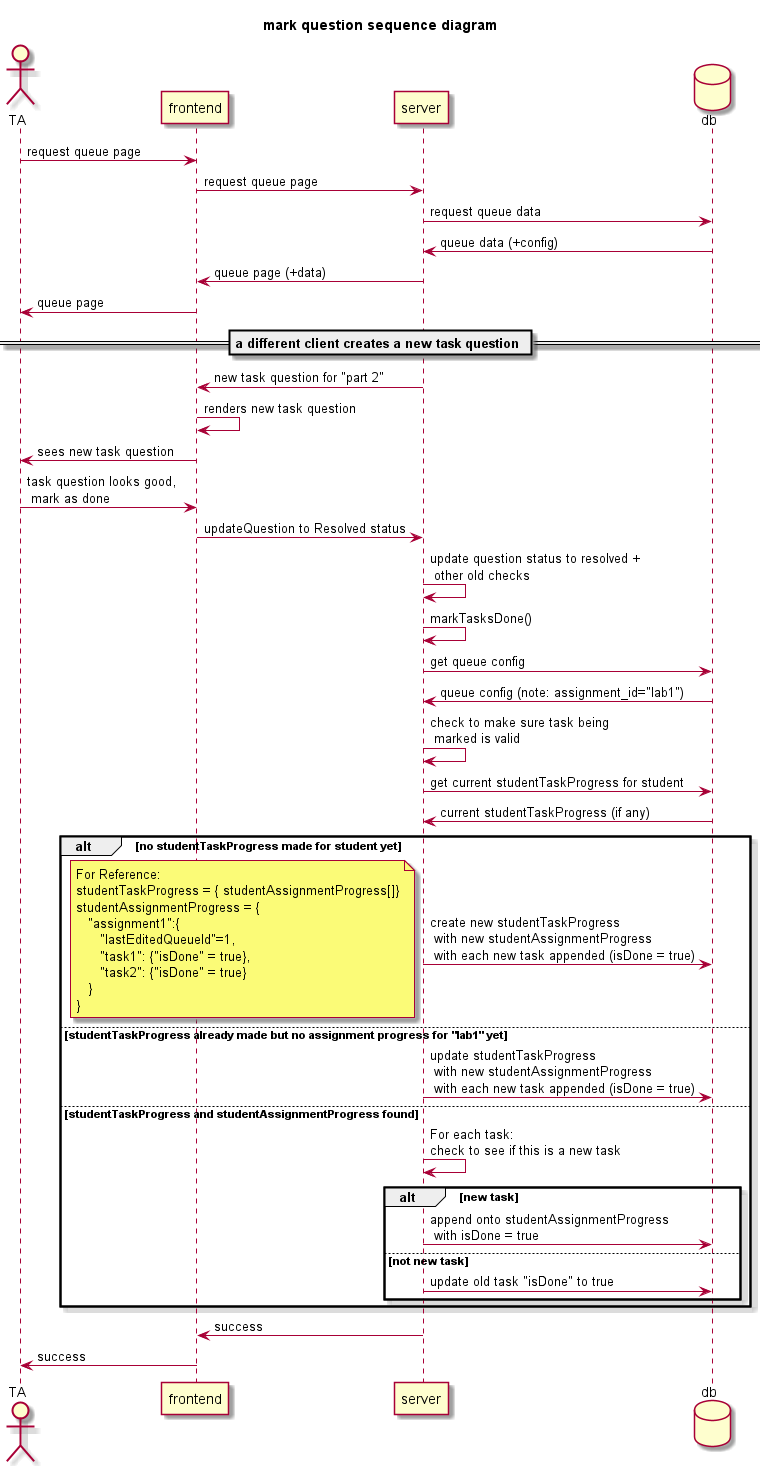
This is docs/diagrams/demos_sequence_mark_task_question.png from ubco-db/helpme, a PlantUML export, as it was before one commit. The source it was exported from:
```plantuml
@startuml
skin rose

title "mark question sequence diagram"

actor User as "TA"
participant frontend
participant server
database db

User -> frontend : request queue page
frontend -> server : request queue page
server -> db : request queue data
server <- db : queue data (+config)
frontend <- server : queue page (+data)
User <- frontend : queue page

== a different client creates a new task question ==

frontend <- server : new task question for "part 2"
frontend -> frontend : renders new task question
User <- frontend : sees new task question


User -> frontend : task question looks good, \n mark as done
frontend -> server : updateQuestion to Resolved status
server -> server : update question status to resolved + \n other old checks
server -> server : markTasksDone()
server -> db : get queue config
server <- db : queue config (note: assignment_id="lab1")
server -> server : check to make sure task being \n marked is valid
server -> db : get current studentTaskProgress for student
server <- db : current studentTaskProgress (if any)
alt no studentTaskProgress made for student yet
    server -> db : create new studentTaskProgress \n with new studentAssignmentProgress \n with each new task appended (isDone = true)
    note left : For Reference:\nstudentTaskProgress = { studentAssignmentProgress[]}\nstudentAssignmentProgress = {\n   "assignment1":{\n      "lastEditedQueueId"=1,\n      "task1": {"isDone" = true},\n      "task2": {"isDone" = true}\n   }\n}
else studentTaskProgress already made but no assignment progress for "lab1" yet
    server -> db : update studentTaskProgress \n with new studentAssignmentProgress \n with each new task appended (isDone = true)
else studentTaskProgress and studentAssignmentProgress found
    server -> server : For each task: \ncheck to see if this is a new task
    alt new task
        server -> db : append onto studentAssignmentProgress\n with isDone = true
    else not new task
        server -> db : update old task "isDone" to true
    end
end
frontend <- server : success
User <- frontend : success
@enduml
```
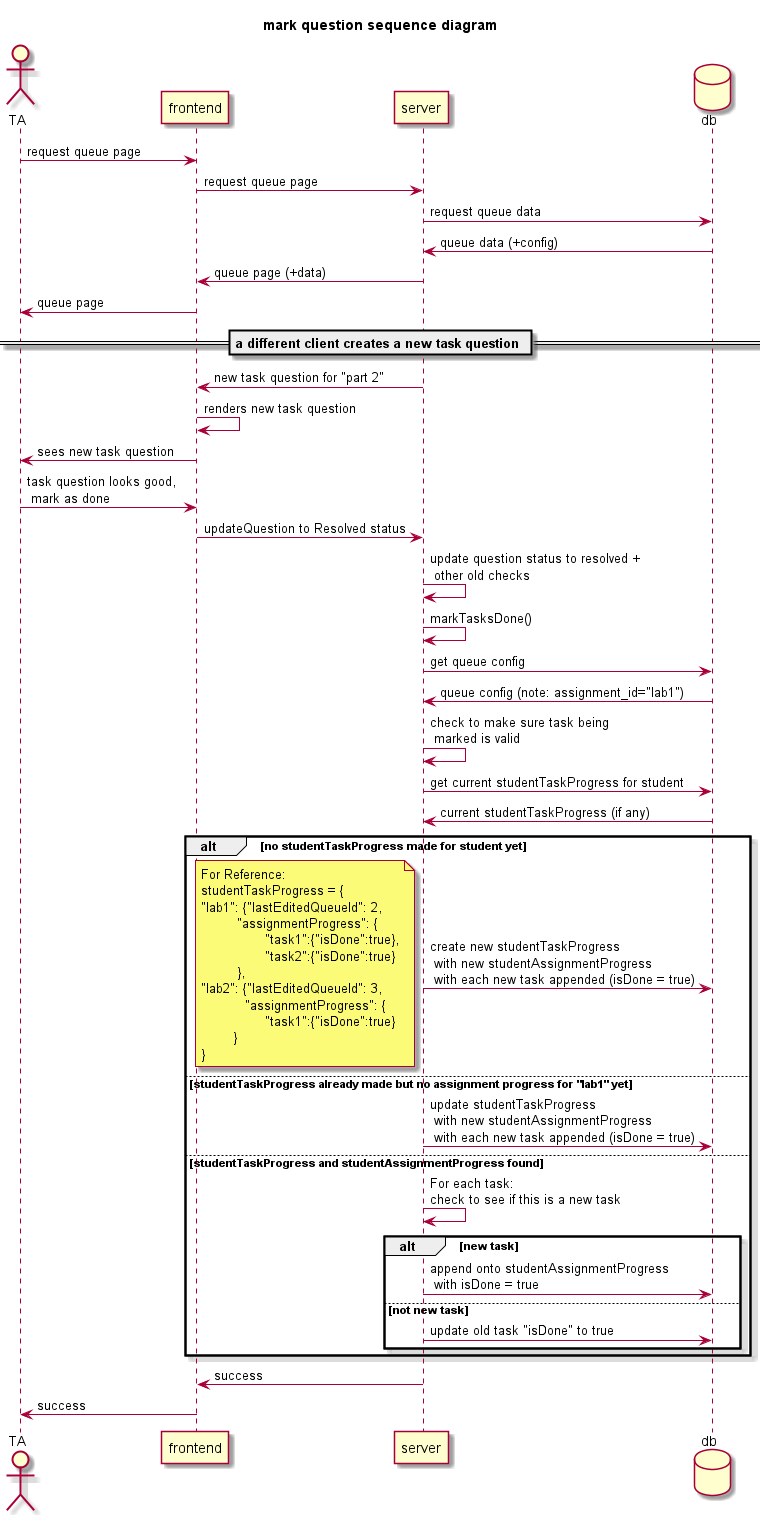
After the commit.

Diff of the diagram source:
```diff
@@ -33,7 +33,7 @@
 server <- db : current studentTaskProgress (if any)
 alt no studentTaskProgress made for student yet
     server -> db : create new studentTaskProgress \n with new studentAssignmentProgress \n with each new task appended (isDone = true)
-    note left : For Reference:\nstudentTaskProgress = { studentAssignmentProgress[]}\nstudentAssignmentProgress = {\n   "assignment1":{\n      "lastEditedQueueId"=1,\n      "task1": {"isDone" = true},\n      "task2": {"isDone" = true}\n   }\n}
+    note left : For Reference:\nstudentTaskProgress = {\n"lab1": {"lastEditedQueueId": 2,\n\t "assignmentProgress": {\n\t\t"task1":{"isDone":true},\n\t\t"task2":{"isDone":true}\n\t }, \n"lab2": {"lastEditedQueueId": 3,\n\t   "assignmentProgress": {\n\t\t"task1":{"isDone":true}\n\t}\n}
 else studentTaskProgress already made but no assignment progress for "lab1" yet
     server -> db : update studentTaskProgress \n with new studentAssignmentProgress \n with each new task appended (isDone = true)
 else studentTaskProgress and studentAssignmentProgress found
```
